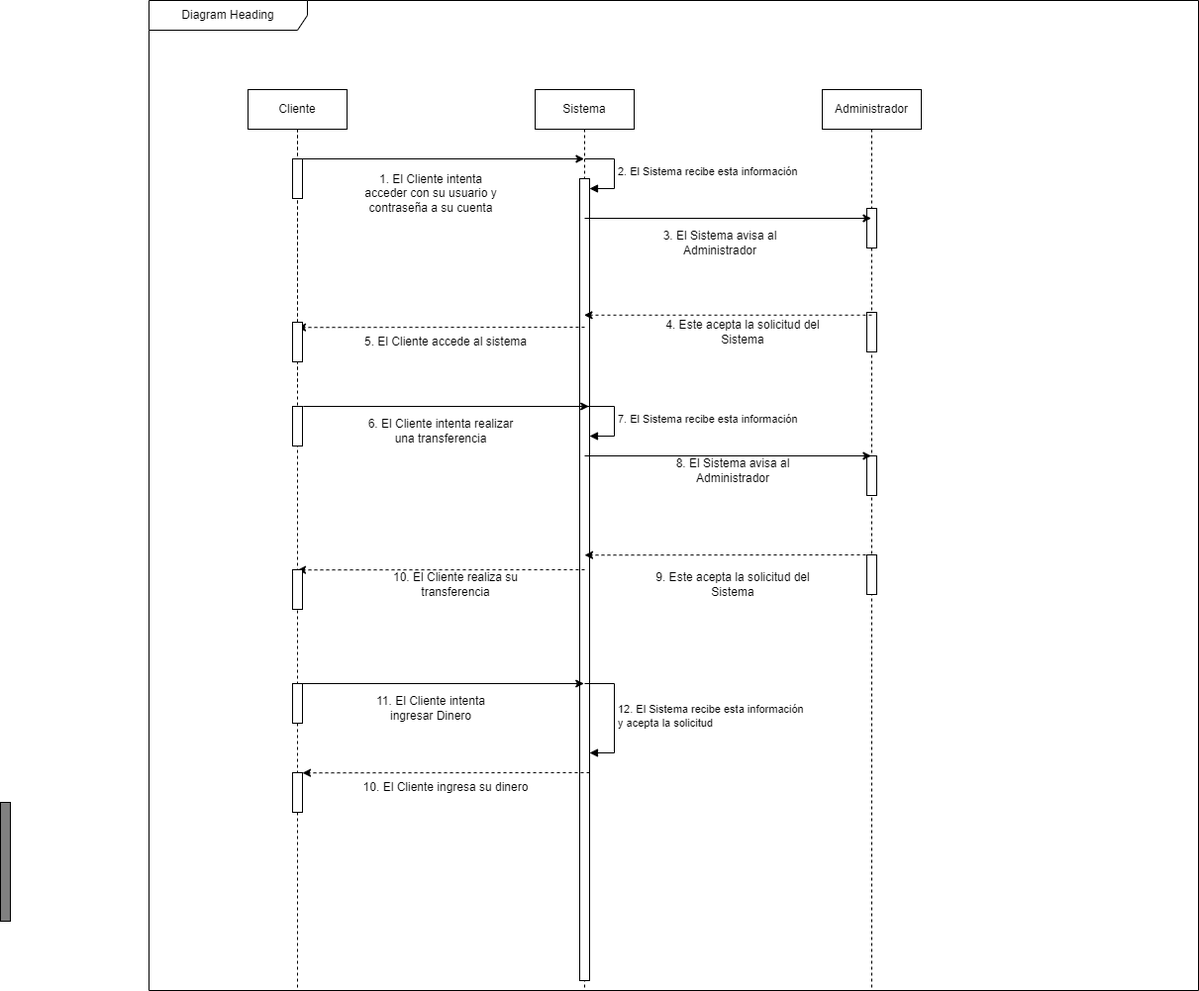
Before: Diagramas_Secuencia/Diagrama sin título.drawio.png, a diagram exported from draw.io (jpprguezz/ETS). Source tidied: cells renumbered, new cells last; positions are measured from the earlier drawing's top-left corner, leaving out a move shared by most shapes.
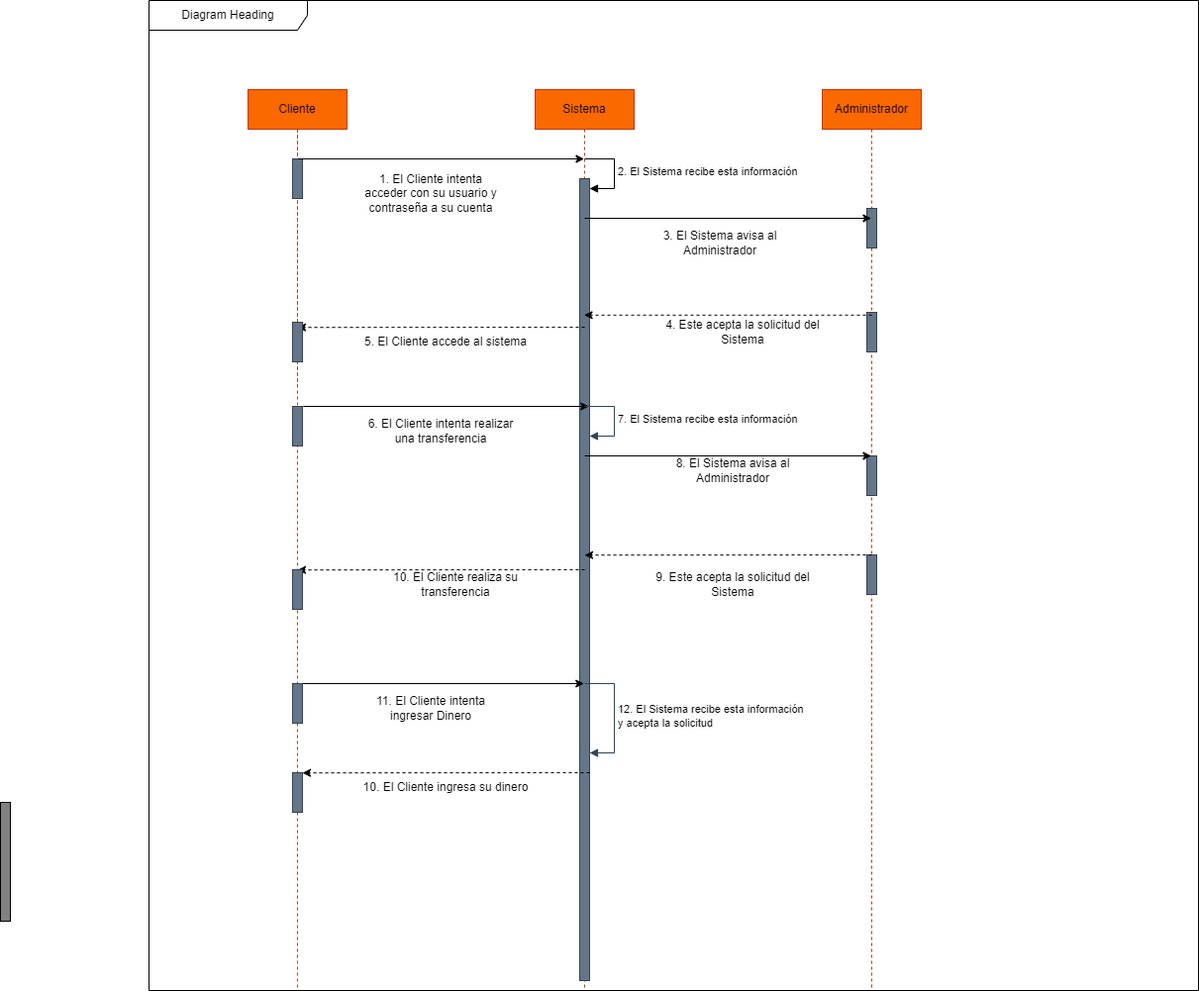
The same diagram one commit later.

Change to the diagram source:
```diff
@@ -8,28 +8,28 @@
     <mxCell id="3" value="Diagram Heading" style="shape=umlFrame;whiteSpace=wrap;html=1;width=160;" parent="1" vertex="1">
       <mxGeometry x="150" width="1060" height="1000" as="geometry" />
     </mxCell>
-    <mxCell id="4" value="Administrador" style="shape=umlLifeline;perimeter=lifelinePerimeter;whiteSpace=wrap;html=1;newEdgeStyle={&quot;edgeStyle&quot;:&quot;elbowEdgeStyle&quot;,&quot;elbow&quot;:&quot;vertical&quot;,&quot;curved&quot;:0,&quot;rounded&quot;:0};" parent="3" vertex="1">
+    <mxCell id="4" value="Administrador" style="shape=umlLifeline;perimeter=lifelinePerimeter;whiteSpace=wrap;html=1;newEdgeStyle={&quot;edgeStyle&quot;:&quot;elbowEdgeStyle&quot;,&quot;elbow&quot;:&quot;vertical&quot;,&quot;curved&quot;:0,&quot;rounded&quot;:0};fillColor=#fa6800;fontColor=#000000;strokeColor=#C73500;" parent="3" vertex="1">
       <mxGeometry x="680" y="90" width="100" height="910" as="geometry" />
     </mxCell>
-    <mxCell id="5" style="html=1;perimeter=orthogonalPerimeter;targetShapes=umlLifeline;newEdgeStyle={&quot;curved&quot;:0,&quot;rounded&quot;:0};" parent="4" vertex="1">
+    <mxCell id="5" style="html=1;perimeter=orthogonalPerimeter;targetShapes=umlLifeline;newEdgeStyle={&quot;curved&quot;:0,&quot;rounded&quot;:0};fillColor=#647687;fontColor=#ffffff;strokeColor=#314354;" parent="4" vertex="1">
       <mxGeometry x="45" y="120" width="10" height="40" as="geometry" />
     </mxCell>
-    <mxCell id="6" style="html=1;perimeter=orthogonalPerimeter;targetShapes=umlLifeline;newEdgeStyle={&quot;curved&quot;:0,&quot;rounded&quot;:0};" parent="4" vertex="1">
+    <mxCell id="6" style="html=1;perimeter=orthogonalPerimeter;targetShapes=umlLifeline;newEdgeStyle={&quot;curved&quot;:0,&quot;rounded&quot;:0};fillColor=#647687;fontColor=#ffffff;strokeColor=#314354;" parent="4" vertex="1">
       <mxGeometry x="45" y="225" width="10" height="40" as="geometry" />
     </mxCell>
-    <mxCell id="7" style="html=1;perimeter=orthogonalPerimeter;targetShapes=umlLifeline;newEdgeStyle={&quot;curved&quot;:0,&quot;rounded&quot;:0};" parent="4" vertex="1">
+    <mxCell id="7" style="html=1;perimeter=orthogonalPerimeter;targetShapes=umlLifeline;newEdgeStyle={&quot;curved&quot;:0,&quot;rounded&quot;:0};fillColor=#647687;fontColor=#ffffff;strokeColor=#314354;" parent="4" vertex="1">
       <mxGeometry x="45" y="370" width="10" height="40" as="geometry" />
     </mxCell>
-    <mxCell id="8" style="html=1;perimeter=orthogonalPerimeter;targetShapes=umlLifeline;newEdgeStyle={&quot;curved&quot;:0,&quot;rounded&quot;:0};" parent="4" vertex="1">
+    <mxCell id="8" style="html=1;perimeter=orthogonalPerimeter;targetShapes=umlLifeline;newEdgeStyle={&quot;curved&quot;:0,&quot;rounded&quot;:0};fillColor=#647687;fontColor=#ffffff;strokeColor=#314354;" parent="4" vertex="1">
       <mxGeometry x="45" y="470" width="10" height="40" as="geometry" />
     </mxCell>
     <mxCell id="9" value="Lifeline1" style="shape=umlLifeline;perimeter=lifelinePerimeter;whiteSpace=wrap;html=1;newEdgeStyle={&quot;edgeStyle&quot;:&quot;elbowEdgeStyle&quot;,&quot;elbow&quot;:&quot;vertical&quot;,&quot;curved&quot;:0,&quot;rounded&quot;:0};" parent="3" vertex="1">
       <mxGeometry x="100" y="90" width="100" height="300" as="geometry" />
     </mxCell>
-    <mxCell id="10" value="Sistema" style="shape=umlLifeline;perimeter=lifelinePerimeter;whiteSpace=wrap;html=1;outlineConnect=0;portConstraint=eastwest;newEdgeStyle={&quot;edgeStyle&quot;:&quot;elbowEdgeStyle&quot;,&quot;elbow&quot;:&quot;vertical&quot;,&quot;curved&quot;:0,&quot;rounded&quot;:0};" parent="3" vertex="1">
+    <mxCell id="10" value="Sistema" style="shape=umlLifeline;perimeter=lifelinePerimeter;whiteSpace=wrap;html=1;outlineConnect=0;portConstraint=eastwest;newEdgeStyle={&quot;edgeStyle&quot;:&quot;elbowEdgeStyle&quot;,&quot;elbow&quot;:&quot;vertical&quot;,&quot;curved&quot;:0,&quot;rounded&quot;:0};fillColor=#fa6800;fontColor=#000000;strokeColor=#C73500;" parent="3" vertex="1">
       <mxGeometry x="390" y="90" width="100" height="910" as="geometry" />
     </mxCell>
-    <mxCell id="11" style="html=1;points=[[0,0,0,0,5],[0,1,0,0,-5],[1,0,0,0,5],[1,1,0,0,-5]];perimeter=orthogonalPerimeter;outlineConnect=0;targetShapes=umlLifeline;portConstraint=eastwest;newEdgeStyle={&quot;curved&quot;:0,&quot;rounded&quot;:0};" parent="10" vertex="1">
+    <mxCell id="11" style="html=1;points=[[0,0,0,0,5],[0,1,0,0,-5],[1,0,0,0,5],[1,1,0,0,-5]];perimeter=orthogonalPerimeter;outlineConnect=0;targetShapes=umlLifeline;portConstraint=eastwest;newEdgeStyle={&quot;curved&quot;:0,&quot;rounded&quot;:0};fillColor=#647687;fontColor=#ffffff;strokeColor=#314354;" parent="10" vertex="1">
       <mxGeometry x="45" y="90" width="10" height="810" as="geometry" />
     </mxCell>
     <mxCell id="12" value="1. El Cliente intenta acceder con su usuario y contraseña a su cuenta" style="text;html=1;align=center;verticalAlign=middle;whiteSpace=wrap;rounded=0;" parent="3" vertex="1">
@@ -67,7 +67,7 @@
         <mxPoint x="444.2" y="410" as="targetPoint" />
       </mxGeometry>
     </mxCell>
-    <mxCell id="20" value="7. El Sistema recibe esta información" style="html=1;align=left;spacingLeft=2;endArrow=block;rounded=0;edgeStyle=orthogonalEdgeStyle;curved=0;rounded=0;" parent="3" edge="1">
+    <mxCell id="20" value="7. El Sistema recibe esta información" style="html=1;align=left;spacingLeft=2;endArrow=block;rounded=0;edgeStyle=orthogonalEdgeStyle;curved=0;rounded=0;fillColor=#647687;strokeColor=#314354;" parent="3" edge="1">
       <mxGeometry relative="1" as="geometry">
         <mxPoint x="440" y="410" as="sourcePoint" />
         <mxPoint x="445" y="440" as="targetPoint" />
@@ -115,7 +115,7 @@
     <mxCell id="29" value="11. El Cliente intenta ingresar Dinero" style="text;html=1;align=center;verticalAlign=middle;whiteSpace=wrap;rounded=0;" parent="3" vertex="1">
       <mxGeometry x="210" y="700" width="150" height="30" as="geometry" />
     </mxCell>
-    <mxCell id="30" value="12. El Sistema recibe esta información&amp;nbsp;&lt;br&gt;y acepta la solicitud" style="html=1;align=left;spacingLeft=2;endArrow=block;rounded=0;edgeStyle=orthogonalEdgeStyle;curved=0;rounded=0;" parent="3" edge="1" target="11">
+    <mxCell id="30" value="12. El Sistema recibe esta información&amp;nbsp;&lt;br&gt;y acepta la solicitud" style="html=1;align=left;spacingLeft=2;endArrow=block;rounded=0;edgeStyle=orthogonalEdgeStyle;curved=0;rounded=0;fillColor=#647687;strokeColor=#314354;" parent="3" edge="1" target="11">
       <mxGeometry relative="1" as="geometry">
         <mxPoint x="440" y="690" as="sourcePoint" />
         <Array as="points">
@@ -133,25 +133,25 @@
     <mxCell id="32" value="10. El Cliente ingresa su dinero" style="text;html=1;align=center;verticalAlign=middle;whiteSpace=wrap;rounded=0;" parent="3" vertex="1">
       <mxGeometry x="210" y="780" width="180" height="30" as="geometry" />
     </mxCell>
-    <mxCell id="33" value="Cliente" style="shape=umlLifeline;perimeter=lifelinePerimeter;whiteSpace=wrap;html=1;newEdgeStyle={&quot;edgeStyle&quot;:&quot;elbowEdgeStyle&quot;,&quot;elbow&quot;:&quot;vertical&quot;,&quot;curved&quot;:0,&quot;rounded&quot;:0};" parent="1" vertex="1">
+    <mxCell id="33" value="Cliente" style="shape=umlLifeline;perimeter=lifelinePerimeter;whiteSpace=wrap;html=1;newEdgeStyle={&quot;edgeStyle&quot;:&quot;elbowEdgeStyle&quot;,&quot;elbow&quot;:&quot;vertical&quot;,&quot;curved&quot;:0,&quot;rounded&quot;:0};fillColor=#fa6800;fontColor=#000000;strokeColor=#C73500;" parent="1" vertex="1">
       <mxGeometry x="250" y="90" width="100" height="910" as="geometry" />
     </mxCell>
-    <mxCell id="34" style="html=1;perimeter=orthogonalPerimeter;targetShapes=umlLifeline;newEdgeStyle={&quot;curved&quot;:0,&quot;rounded&quot;:0};" parent="33" vertex="1">
+    <mxCell id="34" style="html=1;perimeter=orthogonalPerimeter;targetShapes=umlLifeline;newEdgeStyle={&quot;curved&quot;:0,&quot;rounded&quot;:0};fillColor=#647687;fontColor=#ffffff;strokeColor=#314354;" parent="33" vertex="1">
       <mxGeometry x="45" y="70" width="10" height="40" as="geometry" />
     </mxCell>
-    <mxCell id="35" style="html=1;perimeter=orthogonalPerimeter;targetShapes=umlLifeline;newEdgeStyle={&quot;curved&quot;:0,&quot;rounded&quot;:0};" parent="33" vertex="1">
+    <mxCell id="35" style="html=1;perimeter=orthogonalPerimeter;targetShapes=umlLifeline;newEdgeStyle={&quot;curved&quot;:0,&quot;rounded&quot;:0};fillColor=#647687;fontColor=#ffffff;strokeColor=#314354;" parent="33" vertex="1">
       <mxGeometry x="45" y="235" width="10" height="40" as="geometry" />
     </mxCell>
-    <mxCell id="36" style="html=1;perimeter=orthogonalPerimeter;targetShapes=umlLifeline;newEdgeStyle={&quot;curved&quot;:0,&quot;rounded&quot;:0};" parent="33" vertex="1">
+    <mxCell id="36" style="html=1;perimeter=orthogonalPerimeter;targetShapes=umlLifeline;newEdgeStyle={&quot;curved&quot;:0,&quot;rounded&quot;:0};fillColor=#647687;fontColor=#ffffff;strokeColor=#314354;" parent="33" vertex="1">
       <mxGeometry x="45" y="320" width="10" height="40" as="geometry" />
     </mxCell>
-    <mxCell id="37" style="html=1;perimeter=orthogonalPerimeter;targetShapes=umlLifeline;newEdgeStyle={&quot;curved&quot;:0,&quot;rounded&quot;:0};" parent="33" vertex="1">
+    <mxCell id="37" style="html=1;perimeter=orthogonalPerimeter;targetShapes=umlLifeline;newEdgeStyle={&quot;curved&quot;:0,&quot;rounded&quot;:0};fillColor=#647687;fontColor=#ffffff;strokeColor=#314354;" parent="33" vertex="1">
       <mxGeometry x="45" y="485" width="10" height="40" as="geometry" />
     </mxCell>
-    <mxCell id="38" style="html=1;perimeter=orthogonalPerimeter;targetShapes=umlLifeline;newEdgeStyle={&quot;curved&quot;:0,&quot;rounded&quot;:0};" parent="33" vertex="1">
+    <mxCell id="38" style="html=1;perimeter=orthogonalPerimeter;targetShapes=umlLifeline;newEdgeStyle={&quot;curved&quot;:0,&quot;rounded&quot;:0};fillColor=#647687;fontColor=#ffffff;strokeColor=#314354;" parent="33" vertex="1">
       <mxGeometry x="45" y="600" width="10" height="40" as="geometry" />
     </mxCell>
-    <mxCell id="39" style="html=1;perimeter=orthogonalPerimeter;targetShapes=umlLifeline;newEdgeStyle={&quot;curved&quot;:0,&quot;rounded&quot;:0};" parent="33" vertex="1">
+    <mxCell id="39" style="html=1;perimeter=orthogonalPerimeter;targetShapes=umlLifeline;newEdgeStyle={&quot;curved&quot;:0,&quot;rounded&quot;:0};fillColor=#647687;fontColor=#ffffff;strokeColor=#314354;" parent="33" vertex="1">
       <mxGeometry x="45" y="690" width="10" height="40" as="geometry" />
     </mxCell>
     <mxCell id="40" style="endArrow=classic;html=1;rounded=0;" parent="1" edge="1" target="10">
```
